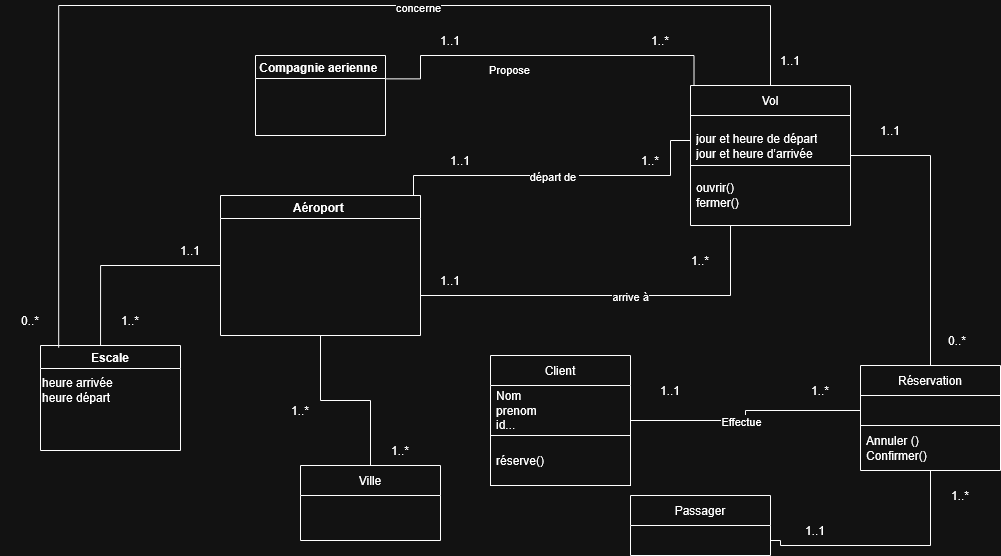
The draw.io diagram Vol aéroport.drawio.png in elone911-debug/TD-JAVA, before a commit. Source tidied: cells renumbered, new cells last; positions are measured from the earlier drawing's top-left corner, leaving out a move shared by most shapes.
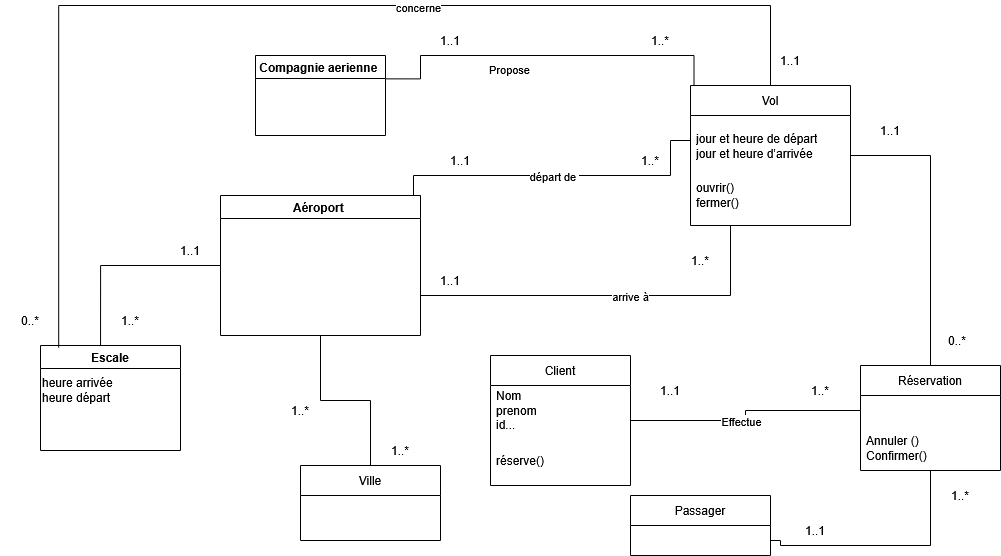
The same diagram one commit later.

The edit, as a diff of the source:
```diff
@@ -1,4 +1,4 @@
-<mxGraphModel>
+<mxGraphModel background="light-dark(#ffffff, #121212)">
   <root>
     <mxCell id="0" />
     <mxCell id="1" parent="0" />
@@ -16,7 +16,7 @@
         <mxPoint x="86" y="-2" as="offset" />
       </mxGeometry>
     </mxCell>
-    <mxCell id="4" value="1..1" style="text;html=1;whiteSpace=wrap;strokeColor=none;fillColor=none;align=center;verticalAlign=middle;rounded=0;" parent="1" vertex="1">
+    <mxCell id="4" value="1..1" style="text;html=1;whiteSpace=wrap;align=center;verticalAlign=middle;rounded=0;" parent="1" vertex="1">
       <mxGeometry x="420" y="20" width="60" height="30" as="geometry" />
     </mxCell>
     <mxCell id="5" style="edgeStyle=orthogonalEdgeStyle;rounded=0;jettySize=auto;html=1;endArrow=none;endFill=0;entryX=1;entryY=0;entryDx=0;entryDy=0;" parent="1" edge="1" source="20" target="12">
@@ -37,7 +37,7 @@
     <mxCell id="7" value="Compagnie aerienne&amp;nbsp;" style="swimlane;whiteSpace=wrap;html=1;" parent="1" vertex="1">
       <mxGeometry x="255" y="50" width="130" height="80" as="geometry" />
     </mxCell>
-    <mxCell id="8" value="1..*" style="text;html=1;whiteSpace=wrap;strokeColor=none;fillColor=none;align=center;verticalAlign=middle;rounded=0;" parent="1" vertex="1">
+    <mxCell id="8" value="1..*" style="text;html=1;whiteSpace=wrap;align=center;verticalAlign=middle;rounded=0;" parent="1" vertex="1">
       <mxGeometry x="640" y="20" width="40" height="30" as="geometry" />
     </mxCell>
     <mxCell id="9" style="edgeStyle=orthogonalEdgeStyle;rounded=0;jettySize=auto;html=1;endArrow=none;endFill=0;entryX=0.25;entryY=1;entryDx=0;entryDy=0;" parent="1" edge="1" target="19">
@@ -56,19 +56,19 @@
     <mxCell id="12" value="Aéroport&amp;nbsp;" style="swimlane;whiteSpace=wrap;html=1;" parent="1" vertex="1">
       <mxGeometry x="220" y="190" width="200" height="140" as="geometry" />
     </mxCell>
-    <mxCell id="13" value="1..*" style="text;html=1;whiteSpace=wrap;strokeColor=none;fillColor=none;align=center;verticalAlign=middle;rounded=0;" parent="1" vertex="1">
+    <mxCell id="13" value="1..*" style="text;html=1;whiteSpace=wrap;align=center;verticalAlign=middle;rounded=0;" parent="1" vertex="1">
       <mxGeometry x="670" y="240" width="60" height="30" as="geometry" />
     </mxCell>
-    <mxCell id="14" value="1..1" style="text;html=1;whiteSpace=wrap;strokeColor=none;fillColor=none;align=center;verticalAlign=middle;rounded=0;" parent="1" vertex="1">
+    <mxCell id="14" value="1..1" style="text;html=1;whiteSpace=wrap;align=center;verticalAlign=middle;rounded=0;" parent="1" vertex="1">
       <mxGeometry x="420" y="260" width="60" height="30" as="geometry" />
     </mxCell>
-    <mxCell id="15" value="1..1" style="text;html=1;whiteSpace=wrap;strokeColor=none;fillColor=none;align=center;verticalAlign=middle;rounded=0;" parent="1" vertex="1">
+    <mxCell id="15" value="1..1" style="text;html=1;whiteSpace=wrap;align=center;verticalAlign=middle;rounded=0;" parent="1" vertex="1">
       <mxGeometry x="430" y="140" width="60" height="30" as="geometry" />
     </mxCell>
     <mxCell id="16" value="Ville" style="swimlane;fontStyle=0;horizontal=1;startSize=30;whiteSpace=wrap;html=1;" parent="1" vertex="1">
       <mxGeometry x="300" y="460" width="140" height="75" as="geometry" />
     </mxCell>
-    <mxCell id="17" value="1..*" style="text;html=1;whiteSpace=wrap;strokeColor=none;fillColor=none;align=center;verticalAlign=middle;rounded=0;" parent="1" vertex="1">
+    <mxCell id="17" value="1..*" style="text;html=1;whiteSpace=wrap;align=center;verticalAlign=middle;rounded=0;" parent="1" vertex="1">
       <mxGeometry x="370" y="430" width="60" height="30" as="geometry" />
     </mxCell>
     <mxCell id="18" style="edgeStyle=orthogonalEdgeStyle;rounded=0;jettySize=auto;html=1;entryX=0.5;entryY=0;entryDx=0;entryDy=0;endArrow=none;endFill=0;" parent="1" edge="1" source="19" target="30">
@@ -77,16 +77,16 @@
     <mxCell id="19" value="Vol" style="swimlane;fontStyle=0;horizontal=1;startSize=30;whiteSpace=wrap;html=1;" parent="1" vertex="1">
       <mxGeometry x="690" y="80" width="160" height="140" as="geometry" />
     </mxCell>
-    <mxCell id="20" value="&lt;br&gt;&lt;div&gt;jour et heure de départ&lt;br&gt;jour et heure d’arrivée&lt;/div&gt;&lt;div&gt;&lt;br&gt;&lt;br&gt;&lt;/div&gt;" style="text;strokeColor=default;fillColor=none;align=left;verticalAlign=middle;spacingLeft=4;spacingRight=4;overflow=hidden;points=[[0,0.5],[1,0.5]];portConstraint=eastwest;whiteSpace=wrap;html=1;" parent="19" vertex="1">
+    <mxCell id="20" value="&lt;br&gt;&lt;div&gt;jour et heure de départ&lt;br&gt;jour et heure d’arrivée&lt;/div&gt;&lt;div&gt;&lt;br&gt;&lt;br&gt;&lt;/div&gt;" style="text;align=left;verticalAlign=middle;spacingLeft=4;spacingRight=4;overflow=hidden;points=[[0,0.5],[1,0.5]];portConstraint=eastwest;whiteSpace=wrap;html=1;" parent="19" vertex="1">
       <mxGeometry y="30" width="160" height="50" as="geometry" />
     </mxCell>
-    <mxCell id="21" value="&lt;div&gt;ouvrir()&lt;/div&gt;&lt;div&gt;fermer()&lt;/div&gt;" style="text;strokeColor=none;fillColor=none;align=left;verticalAlign=middle;spacingLeft=4;spacingRight=4;overflow=hidden;whiteSpace=wrap;html=1;" parent="19" vertex="1">
+    <mxCell id="21" value="&lt;div&gt;ouvrir()&lt;/div&gt;&lt;div&gt;fermer()&lt;/div&gt;" style="text;align=left;verticalAlign=middle;spacingLeft=4;spacingRight=4;overflow=hidden;whiteSpace=wrap;html=1;" parent="19" vertex="1">
       <mxGeometry y="80" width="160" height="60" as="geometry" />
     </mxCell>
-    <mxCell id="22" value="1..*" style="text;html=1;whiteSpace=wrap;strokeColor=none;fillColor=none;align=center;verticalAlign=middle;rounded=0;" parent="1" vertex="1">
+    <mxCell id="22" value="1..*" style="text;html=1;whiteSpace=wrap;align=center;verticalAlign=middle;rounded=0;" parent="1" vertex="1">
       <mxGeometry x="270" y="390" width="60" height="30" as="geometry" />
     </mxCell>
-    <mxCell id="23" value="1..*" style="text;html=1;whiteSpace=wrap;strokeColor=none;fillColor=none;align=center;verticalAlign=middle;rounded=0;" parent="1" vertex="1">
+    <mxCell id="23" value="1..*" style="text;html=1;whiteSpace=wrap;align=center;verticalAlign=middle;rounded=0;" parent="1" vertex="1">
       <mxGeometry x="630" y="140" width="40" height="30" as="geometry" />
     </mxCell>
     <mxCell id="24" style="edgeStyle=orthogonalEdgeStyle;rounded=0;jettySize=auto;html=1;entryX=0;entryY=0.5;entryDx=0;entryDy=0;endArrow=none;endFill=0;" parent="1" edge="1" source="26" target="31">
@@ -100,10 +100,10 @@
     <mxCell id="26" value="Client" style="swimlane;fontStyle=0;horizontal=1;startSize=30;whiteSpace=wrap;html=1;" parent="1" vertex="1">
       <mxGeometry x="490" y="350" width="140" height="130" as="geometry" />
     </mxCell>
-    <mxCell id="27" value="&lt;div&gt;Nom&amp;nbsp;&lt;/div&gt;&lt;div&gt;prenom&amp;nbsp;&lt;/div&gt;&lt;div&gt;id...&lt;/div&gt;" style="text;strokeColor=none;fillColor=none;align=left;verticalAlign=middle;spacingLeft=4;spacingRight=4;overflow=hidden;whiteSpace=wrap;html=1;" parent="26" vertex="1">
+    <mxCell id="27" value="&lt;div&gt;Nom&amp;nbsp;&lt;/div&gt;&lt;div&gt;prenom&amp;nbsp;&lt;/div&gt;&lt;div&gt;id...&lt;/div&gt;" style="text;align=left;verticalAlign=middle;spacingLeft=4;spacingRight=4;overflow=hidden;whiteSpace=wrap;html=1;" parent="26" vertex="1">
       <mxGeometry y="30" width="140" height="50" as="geometry" />
     </mxCell>
-    <mxCell id="28" value="&lt;div&gt;réserve()&lt;/div&gt;" style="text;strokeColor=default;fillColor=none;align=left;verticalAlign=middle;spacingLeft=4;spacingRight=4;overflow=hidden;whiteSpace=wrap;html=1;" parent="26" vertex="1">
+    <mxCell id="28" value="&lt;div&gt;réserve()&lt;/div&gt;" style="text;align=left;verticalAlign=middle;spacingLeft=4;spacingRight=4;overflow=hidden;whiteSpace=wrap;html=1;" parent="26" vertex="1">
       <mxGeometry y="80" width="140" height="50" as="geometry" />
     </mxCell>
     <mxCell id="29" style="edgeStyle=orthogonalEdgeStyle;rounded=0;jettySize=auto;html=1;entryX=1;entryY=0.75;entryDx=0;entryDy=0;endArrow=none;endFill=0;" parent="1" edge="1" source="30" target="37">
@@ -118,46 +118,46 @@
     <mxCell id="30" value="Réservation" style="swimlane;fontStyle=0;horizontal=1;startSize=30;whiteSpace=wrap;html=1;" parent="1" vertex="1">
       <mxGeometry x="860" y="360" width="140" height="105" as="geometry" />
     </mxCell>
-    <mxCell id="31" style="text;strokeColor=default;fillColor=none;align=left;verticalAlign=middle;spacingLeft=4;spacingRight=4;overflow=hidden;points=[[0,0.5],[1,0.5]];portConstraint=eastwest;whiteSpace=wrap;html=1;" parent="30" vertex="1">
+    <mxCell id="31" style="text;align=left;verticalAlign=middle;spacingLeft=4;spacingRight=4;overflow=hidden;points=[[0,0.5],[1,0.5]];portConstraint=eastwest;whiteSpace=wrap;html=1;" parent="30" vertex="1">
       <mxGeometry y="30" width="140" height="30" as="geometry" />
     </mxCell>
-    <mxCell id="32" value="&lt;div&gt;Annuler ()&lt;/div&gt;&lt;div&gt;Confirmer()&lt;/div&gt;" style="text;strokeColor=none;fillColor=none;align=left;verticalAlign=middle;spacingLeft=4;spacingRight=4;overflow=hidden;whiteSpace=wrap;html=1;" parent="30" vertex="1">
+    <mxCell id="32" value="&lt;div&gt;Annuler ()&lt;/div&gt;&lt;div&gt;Confirmer()&lt;/div&gt;" style="text;align=left;verticalAlign=middle;spacingLeft=4;spacingRight=4;overflow=hidden;whiteSpace=wrap;html=1;" parent="30" vertex="1">
       <mxGeometry y="60" width="140" height="45" as="geometry" />
     </mxCell>
-    <mxCell id="33" value="1..*" style="text;html=1;whiteSpace=wrap;strokeColor=none;fillColor=none;align=center;verticalAlign=middle;rounded=0;" parent="1" vertex="1">
+    <mxCell id="33" value="1..*" style="text;html=1;whiteSpace=wrap;align=center;verticalAlign=middle;rounded=0;" parent="1" vertex="1">
       <mxGeometry x="790" y="370" width="60" height="30" as="geometry" />
     </mxCell>
-    <mxCell id="34" value="1..1" style="text;html=1;whiteSpace=wrap;strokeColor=none;fillColor=none;align=center;verticalAlign=middle;rounded=0;" parent="1" vertex="1">
+    <mxCell id="34" value="1..1" style="text;html=1;whiteSpace=wrap;align=center;verticalAlign=middle;rounded=0;" parent="1" vertex="1">
       <mxGeometry x="640" y="370" width="60" height="30" as="geometry" />
     </mxCell>
-    <mxCell id="35" value="1..1" style="text;html=1;whiteSpace=wrap;strokeColor=none;fillColor=none;align=center;verticalAlign=middle;rounded=0;" parent="1" vertex="1">
+    <mxCell id="35" value="1..1" style="text;html=1;whiteSpace=wrap;align=center;verticalAlign=middle;rounded=0;" parent="1" vertex="1">
       <mxGeometry x="860" y="110" width="60" height="30" as="geometry" />
     </mxCell>
-    <mxCell id="36" value="0..*" style="text;html=1;whiteSpace=wrap;strokeColor=none;fillColor=none;align=center;verticalAlign=middle;rounded=0;" parent="1" vertex="1">
+    <mxCell id="36" value="0..*" style="text;html=1;whiteSpace=wrap;align=center;verticalAlign=middle;rounded=0;" parent="1" vertex="1">
       <mxGeometry x="927" y="320" width="60" height="30" as="geometry" />
     </mxCell>
     <mxCell id="37" value="Passager" style="swimlane;fontStyle=0;horizontal=1;startSize=30;whiteSpace=wrap;html=1;" parent="1" vertex="1">
       <mxGeometry x="630" y="490" width="140" height="60" as="geometry" />
     </mxCell>
-    <mxCell id="38" value="1..1" style="text;html=1;whiteSpace=wrap;strokeColor=none;fillColor=none;align=center;verticalAlign=middle;rounded=0;" parent="1" vertex="1">
+    <mxCell id="38" value="1..1" style="text;html=1;whiteSpace=wrap;align=center;verticalAlign=middle;rounded=0;" parent="1" vertex="1">
       <mxGeometry x="790" y="510" width="50" height="30" as="geometry" />
     </mxCell>
-    <mxCell id="39" value="1..*" style="text;html=1;whiteSpace=wrap;strokeColor=none;fillColor=none;align=center;verticalAlign=middle;rounded=0;" parent="1" vertex="1">
+    <mxCell id="39" value="1..*" style="text;html=1;whiteSpace=wrap;align=center;verticalAlign=middle;rounded=0;" parent="1" vertex="1">
       <mxGeometry x="930" y="475" width="60" height="30" as="geometry" />
     </mxCell>
     <mxCell id="40" value="Escale" style="swimlane;whiteSpace=wrap;html=1;" parent="1" vertex="1">
       <mxGeometry x="40" y="340" width="140" height="105" as="geometry" />
     </mxCell>
-    <mxCell id="41" value="&lt;div align=&quot;left&quot;&gt;heure arrivée&lt;/div&gt;&lt;div align=&quot;left&quot;&gt;heure départ&lt;/div&gt;" style="text;html=1;whiteSpace=wrap;strokeColor=none;fillColor=none;align=left;verticalAlign=middle;rounded=0;" parent="40" vertex="1">
+    <mxCell id="41" value="&lt;div align=&quot;left&quot;&gt;heure arrivée&lt;/div&gt;&lt;div align=&quot;left&quot;&gt;heure départ&lt;/div&gt;" style="text;html=1;whiteSpace=wrap;align=left;verticalAlign=middle;rounded=0;" parent="40" vertex="1">
       <mxGeometry y="30" width="140" height="30" as="geometry" />
     </mxCell>
     <mxCell id="42" style="edgeStyle=orthogonalEdgeStyle;rounded=0;jettySize=auto;html=1;entryX=0.429;entryY=0;entryDx=0;entryDy=0;entryPerimeter=0;endArrow=none;endFill=0;" parent="1" edge="1" source="12" target="40">
       <mxGeometry relative="1" as="geometry" />
     </mxCell>
-    <mxCell id="43" value="1..1" style="text;html=1;whiteSpace=wrap;strokeColor=none;fillColor=none;align=center;verticalAlign=middle;rounded=0;" parent="1" vertex="1">
+    <mxCell id="43" value="1..1" style="text;html=1;whiteSpace=wrap;align=center;verticalAlign=middle;rounded=0;" parent="1" vertex="1">
       <mxGeometry x="160" y="230" width="60" height="30" as="geometry" />
     </mxCell>
-    <mxCell id="44" value="1..*" style="text;html=1;whiteSpace=wrap;strokeColor=none;fillColor=none;align=center;verticalAlign=middle;rounded=0;" parent="1" vertex="1">
+    <mxCell id="44" value="1..*" style="text;html=1;whiteSpace=wrap;align=center;verticalAlign=middle;rounded=0;" parent="1" vertex="1">
       <mxGeometry x="100" y="300" width="60" height="30" as="geometry" />
     </mxCell>
     <mxCell id="45" style="edgeStyle=orthogonalEdgeStyle;rounded=0;jettySize=auto;html=1;entryX=0.13;entryY=0.021;entryDx=0;entryDy=0;entryPerimeter=0;endArrow=none;endFill=0;" parent="1" edge="1" source="19" target="40">
@@ -174,10 +174,10 @@
     <mxCell id="47" value="&lt;div&gt;&lt;br&gt;&lt;/div&gt;" style="edgeLabel;html=1;align=center;verticalAlign=middle;" parent="45" vertex="1">
       <mxGeometry x="-0.24" y="6" relative="1" as="geometry" />
     </mxCell>
-    <mxCell id="48" value="0..*" style="text;html=1;whiteSpace=wrap;strokeColor=none;fillColor=none;align=center;verticalAlign=middle;rounded=0;" parent="1" vertex="1">
+    <mxCell id="48" value="0..*" style="text;html=1;whiteSpace=wrap;align=center;verticalAlign=middle;rounded=0;" parent="1" vertex="1">
       <mxGeometry y="300" width="60" height="30" as="geometry" />
     </mxCell>
-    <mxCell id="49" value="1..1" style="text;html=1;whiteSpace=wrap;strokeColor=none;fillColor=none;align=center;verticalAlign=middle;rounded=0;" parent="1" vertex="1">
+    <mxCell id="49" value="1..1" style="text;html=1;whiteSpace=wrap;align=center;verticalAlign=middle;rounded=0;" parent="1" vertex="1">
       <mxGeometry x="760" y="40" width="60" height="30" as="geometry" />
     </mxCell>
   </root>
```
